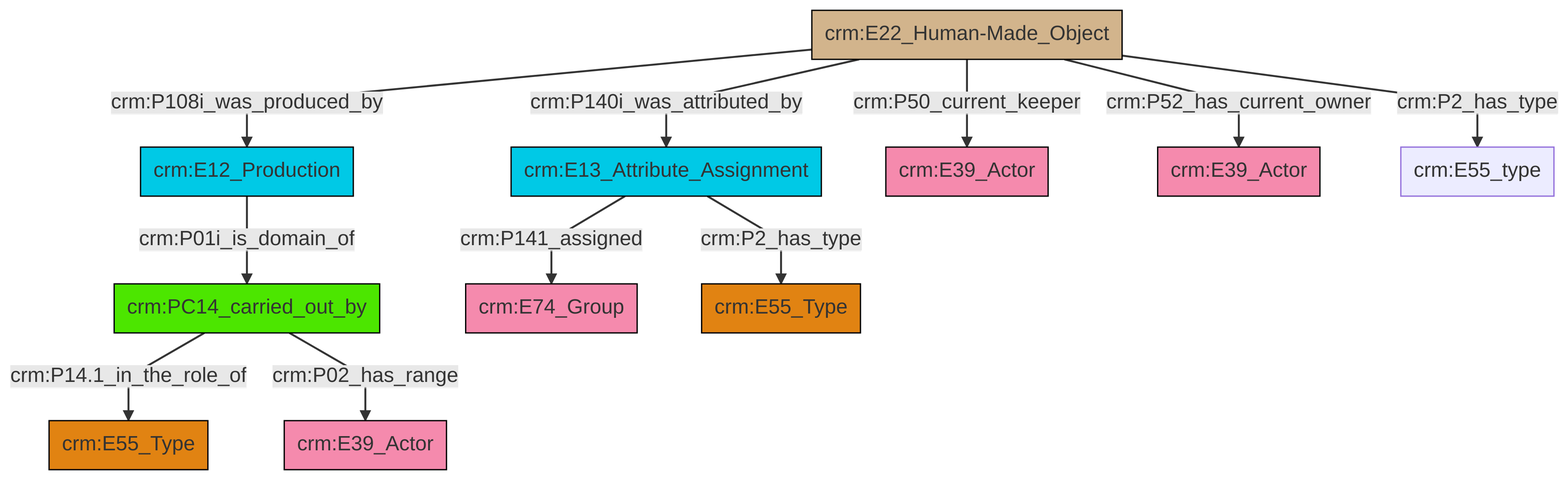
Before: et/artworkCSV/ttl/mmd/png/Artwork_Actor_Relations.png, a diagram exported from Mermaid (swiss-art-research-net/docs.swissartresearch). Its source is kept beside it as et/artworkCSV/ttl/mmd/Artwork_Actor_Relations.ttl.mmd.
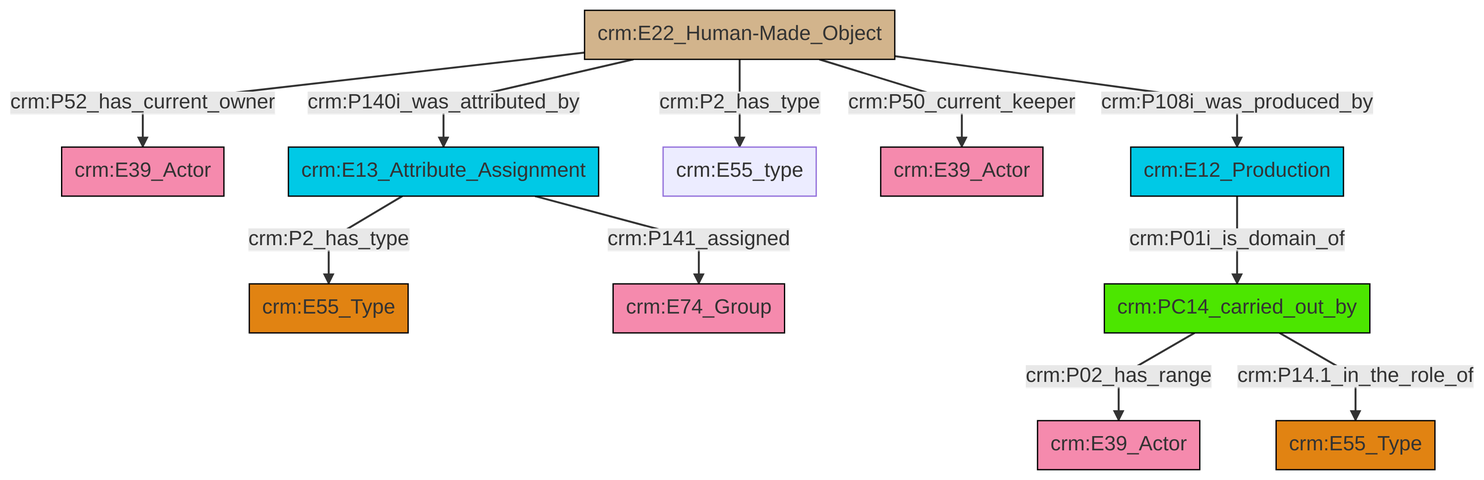
The same file after the commit.

What changed in the source:
```diff
@@ -13,13 +13,13 @@
 classDef PC_Classes fill:#4ce600, stroke:#000000;
 classDef Multi fill:#cccccc,stroke:#000000;
 
-0["crm:E12_Production"]:::Temporal_Entity -->|crm:P01i_is_domain_of| 1["crm:PC14_carried_out_by"]:::PC_Classes
-1["crm:PC14_carried_out_by"]:::PC_Classes -->|crm:P14.1_in_the_role_of| 2["crm:E55_Type"]:::Type
-3["crm:E22_Human-Made_Object"]:::Physical_Thing -->|crm:P108i_was_produced_by| 0["crm:E12_Production"]:::Temporal_Entity
-3["crm:E22_Human-Made_Object"]:::Physical_Thing -->|crm:P140i_was_attributed_by| 4["crm:E13_Attribute_Assignment"]:::Temporal_Entity
-4["crm:E13_Attribute_Assignment"]:::Temporal_Entity -->|crm:P2_has_type| 17["crm:E55_Type"]:::Type
-3["crm:E22_Human-Made_Object"]:::Physical_Thing -->|crm:P50_current_keeper| 6["crm:E39_Actor"]:::Actor
-1["crm:PC14_carried_out_by"]:::PC_Classes -->|crm:P02_has_range| 12["crm:E39_Actor"]:::Actor
-4["crm:E13_Attribute_Assignment"]:::Temporal_Entity -->|crm:P141_assigned| 14["crm:E74_Group"]:::Actor
-3["crm:E22_Human-Made_Object"]:::Physical_Thing -->|crm:P2_has_type| 10["crm:E55_type"]:::Default
-3["crm:E22_Human-Made_Object"]:::Physical_Thing -->|crm:P52_has_current_owner| 8["crm:E39_Actor"]:::Actor
+8["crm:E13_Attribute_Assignment"]:::Temporal_Entity -->|crm:P141_assigned| 9["crm:E74_Group"]:::Actor
+0["crm:E22_Human-Made_Object"]:::Physical_Thing -->|crm:P2_has_type| 11["crm:E55_type"]:::Default
+0["crm:E22_Human-Made_Object"]:::Physical_Thing -->|crm:P50_current_keeper| 12["crm:E39_Actor"]:::Actor
+8["crm:E13_Attribute_Assignment"]:::Temporal_Entity -->|crm:P2_has_type| 6["crm:E55_Type"]:::Type
+13["crm:E12_Production"]:::Temporal_Entity -->|crm:P01i_is_domain_of| 14["crm:PC14_carried_out_by"]:::PC_Classes
+0["crm:E22_Human-Made_Object"]:::Physical_Thing -->|crm:P52_has_current_owner| 2["crm:E39_Actor"]:::Actor
+0["crm:E22_Human-Made_Object"]:::Physical_Thing -->|crm:P140i_was_attributed_by| 8["crm:E13_Attribute_Assignment"]:::Temporal_Entity
+14["crm:PC14_carried_out_by"]:::PC_Classes -->|crm:P02_has_range| 17["crm:E39_Actor"]:::Actor
+14["crm:PC14_carried_out_by"]:::PC_Classes -->|crm:P14.1_in_the_role_of| 4["crm:E55_Type"]:::Type
+0["crm:E22_Human-Made_Object"]:::Physical_Thing -->|crm:P108i_was_produced_by| 13["crm:E12_Production"]:::Temporal_Entity
```
